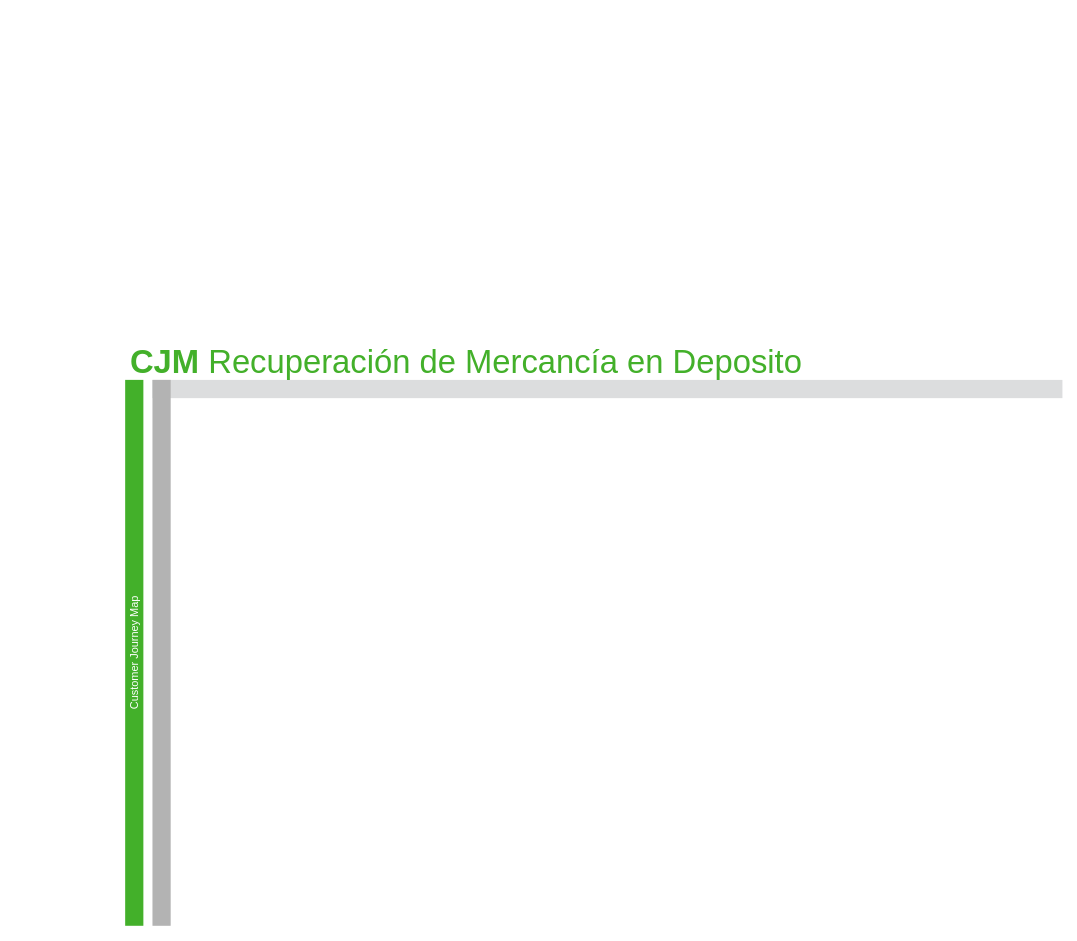
ChristianG-M/WEB keeps this draw.io diagram as customerJourney.drawio. Above is the earlier version. Source tidied: cells renumbered, new cells numbered last; positions are measured from the earlier drawing's top-left corner, leaving out a move shared by most shapes. Both pictures are drawn from the tidied source at 91%, with x=0, y=0 at pixel (-139, 325).
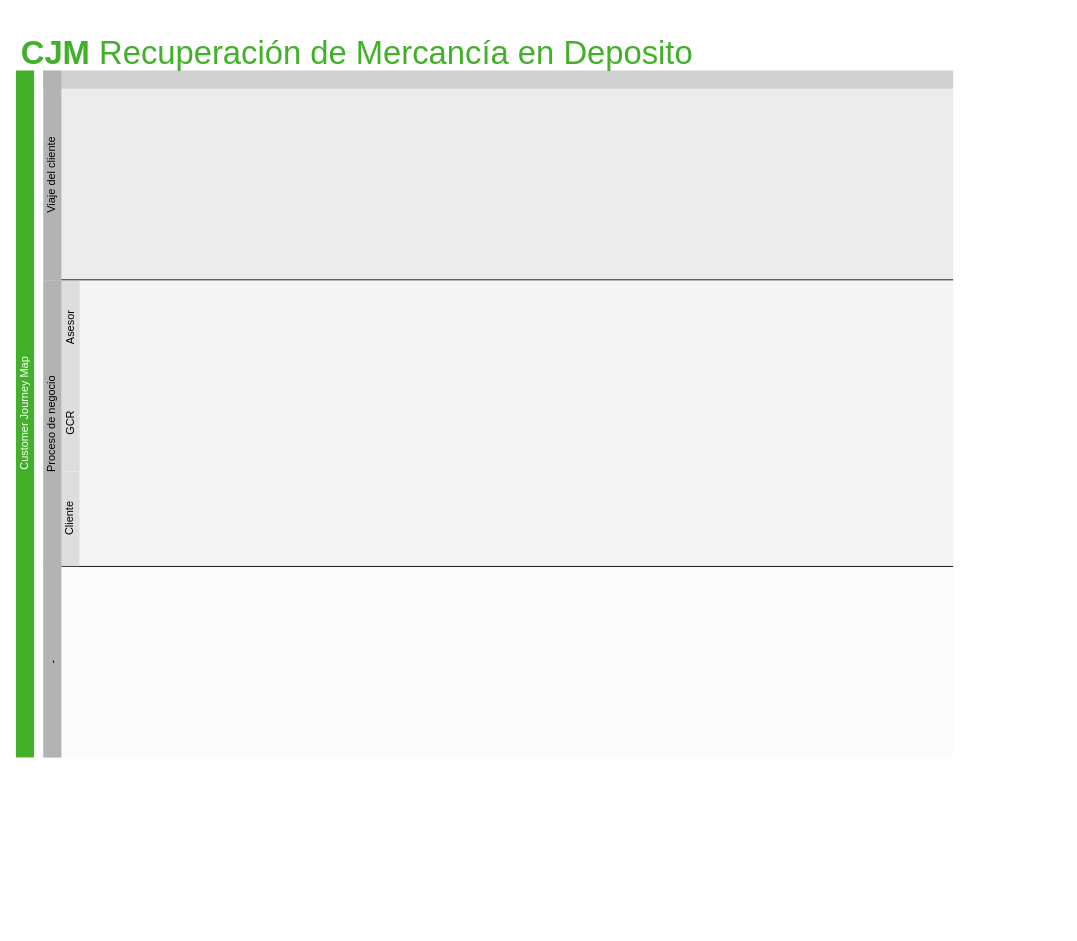
The same page after the edit.

Change to the diagram source:
```diff
@@
 <mxGraphModel>
   <root>
     <mxCell id="0" />
     <mxCell id="1" parent="0" />
     <mxCell id="2" value="&lt;font style=&quot;font-size: 36px&quot; color=&quot;#43B02A&quot;&gt;&lt;b&gt;CJM&lt;/b&gt; Recuperación de Mercancía en Deposito&lt;/font&gt;" style="text;html=1;strokeColor=none;fillColor=none;align=center;verticalAlign=middle;whiteSpace=wrap;rounded=0;" parent="1" vertex="1">
-      <mxGeometry x="290" width="750" height="80" as="geometry" />
+      <mxGeometry x="169.9" y="-340" width="750" height="80" as="geometry" />
     </mxCell>
     <mxCell id="3" value="&lt;font color=&quot;#FFFFFF&quot;&gt;Customer Journey Map&lt;/font&gt;" style="rounded=0;whiteSpace=wrap;html=1;fillColor=#43B02A;strokeColor=none;rotation=-90;" parent="1" vertex="1">
-      <mxGeometry x="0.1" y="349.9" width="599.9" height="20" as="geometry" />
+      <mxGeometry x="-197.5" y="87.4" width="754.9" height="20" as="geometry" />
     </mxCell>
-    <mxCell id="4" style="rounded=0;whiteSpace=wrap;html=1;strokeColor=none;fillColor=#75787b;opacity=25;" parent="1" vertex="1">
-      <mxGeometry x="320" y="60" width="1000" height="20" as="geometry" />
+    <mxCell id="4" style="rounded=0;whiteSpace=wrap;html=1;strokeColor=none;fillColor=#75787b;opacity=35;" parent="1" vertex="1">
+      <mxGeometry x="199.9" y="-280" width="1000" height="20" as="geometry" />
     </mxCell>
-    <mxCell id="5" style="rounded=0;whiteSpace=wrap;html=1;strokeColor=none;rotation=-90;fillColor=#B3B3B3;" parent="1" vertex="1">
-      <mxGeometry x="30.1" y="349.9" width="599.9" height="20" as="geometry" />
+    <mxCell id="5" value="Viaje del cliente" style="rounded=0;whiteSpace=wrap;html=1;strokeColor=none;rotation=-90;fillColor=#B3B3B3;" parent="1" vertex="1">
+      <mxGeometry x="94.8" y="-174.7" width="230.5" height="20" as="geometry" />
     </mxCell>
+    <mxCell id="6" style="rounded=0;whiteSpace=wrap;html=1;fillColor=#B3B3B3;opacity=25;strokeColor=none;" parent="1" vertex="1">
+      <mxGeometry x="219.9" y="-260" width="980" height="210" as="geometry" />
+    </mxCell>
+    <mxCell id="7" style="endArrow=none;html=1;entryX=1;entryY=1;entryDx=0;entryDy=0;" parent="1" edge="1" target="6">
+      <mxGeometry relative="1" as="geometry">
+        <mxPoint x="219.9" y="-50" as="sourcePoint" />
+      </mxGeometry>
+    </mxCell>
+    <mxCell id="8" style="rounded=0;whiteSpace=wrap;html=1;fillColor=#B3B3B3;opacity=15;strokeColor=none;" parent="1" vertex="1">
+      <mxGeometry x="220" y="-50" width="979.9" height="315" as="geometry" />
+    </mxCell>
+    <mxCell id="9" style="endArrow=none;html=1;entryX=1;entryY=1;entryDx=0;entryDy=0;" parent="1" edge="1">
+      <mxGeometry relative="1" as="geometry">
+        <mxPoint x="219.9" y="265" as="sourcePoint" />
+        <mxPoint x="1199.9" y="265" as="targetPoint" />
+      </mxGeometry>
+    </mxCell>
+    <mxCell id="10" style="rounded=0;whiteSpace=wrap;html=1;fillColor=#B3B3B3;opacity=5;strokeColor=none;" parent="1" vertex="1">
+      <mxGeometry x="219.9" y="265" width="980" height="210" as="geometry" />
+    </mxCell>
+    <mxCell id="11" value="Asesor" style="rounded=0;whiteSpace=wrap;html=1;strokeColor=none;rotation=-90;fillColor=#B3B3B3;opacity=35;" parent="1" vertex="1">
+      <mxGeometry x="177.5" y="-7" width="105" height="20" as="geometry" />
+    </mxCell>
+    <mxCell id="12" value="GCR" style="rounded=0;whiteSpace=wrap;html=1;strokeColor=none;rotation=-90;fillColor=#B3B3B3;opacity=35;" parent="1" vertex="1">
+      <mxGeometry x="177.7" y="98" width="104.5" height="20" as="geometry" />
+    </mxCell>
+    <mxCell id="13" value="Cliente" style="rounded=0;whiteSpace=wrap;html=1;strokeColor=none;rotation=-90;fillColor=#B3B3B3;opacity=35;" parent="1" vertex="1">
+      <mxGeometry x="177.5" y="203" width="104.5" height="20" as="geometry" />
+    </mxCell>
+    <mxCell id="14" value="Proceso de negocio" style="rounded=0;whiteSpace=wrap;html=1;strokeColor=none;rotation=-90;fillColor=#B3B3B3;" parent="1" vertex="1">
+      <mxGeometry x="52.3" y="98.1" width="315.4" height="20" as="geometry" />
+    </mxCell>
+    <mxCell id="15" value="-" style="rounded=0;whiteSpace=wrap;html=1;strokeColor=none;rotation=-90;fillColor=#B3B3B3;" parent="1" vertex="1">
+      <mxGeometry x="105" y="360" width="210" height="20" as="geometry" />
+    </mxCell>
   </root>
 </mxGraphModel>
```
